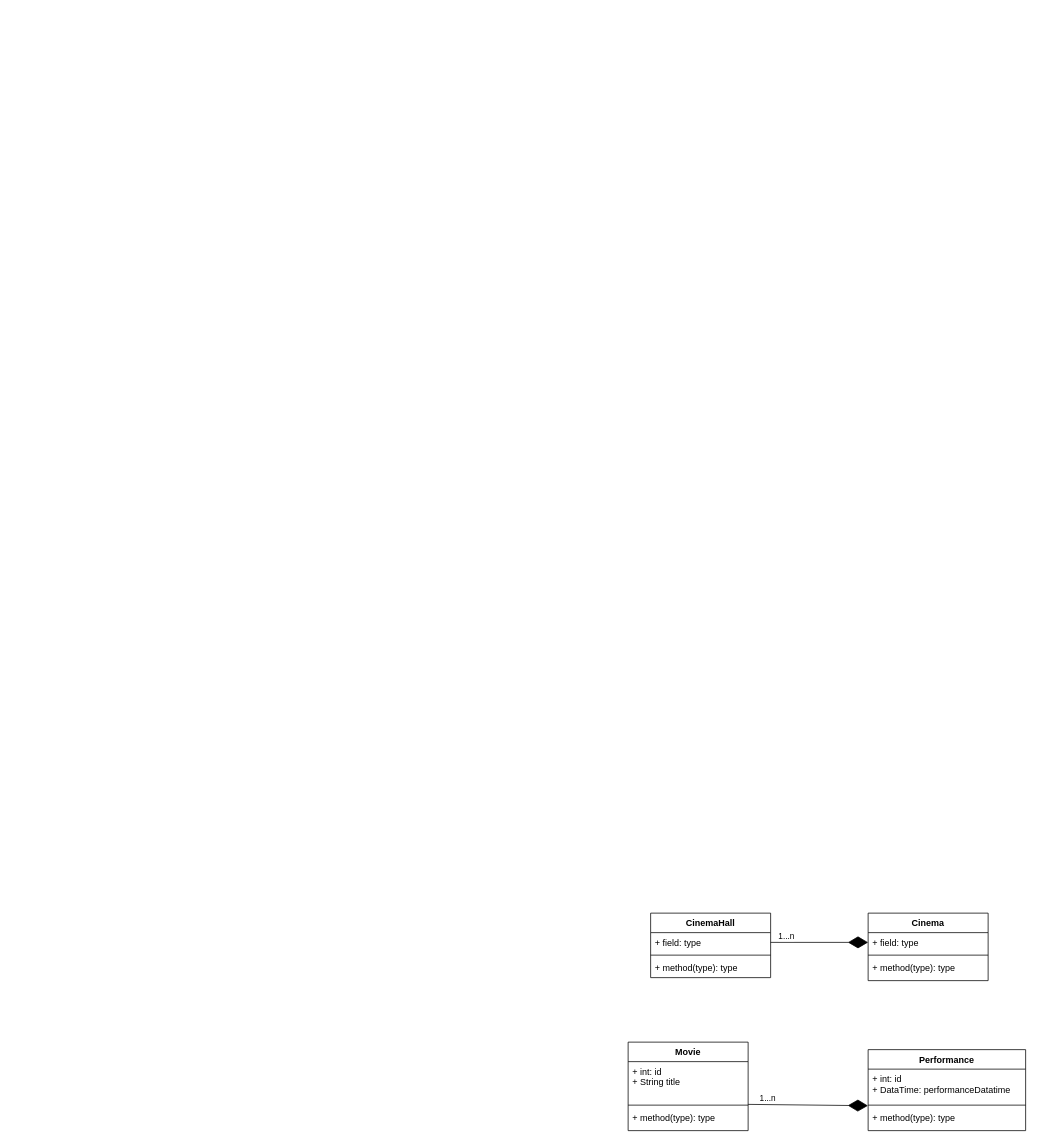
Before: Untitled Diagram.drawio in maliszagata/MWO_AGH, a draw.io diagram. Source tidied: cells renumbered, new cells numbered last; positions are measured from the earlier drawing's top-left corner, leaving out a move shared by most shapes. Both pictures are drawn from the tidied source at 75%, with x=0, y=0 at pixel (628, 913).
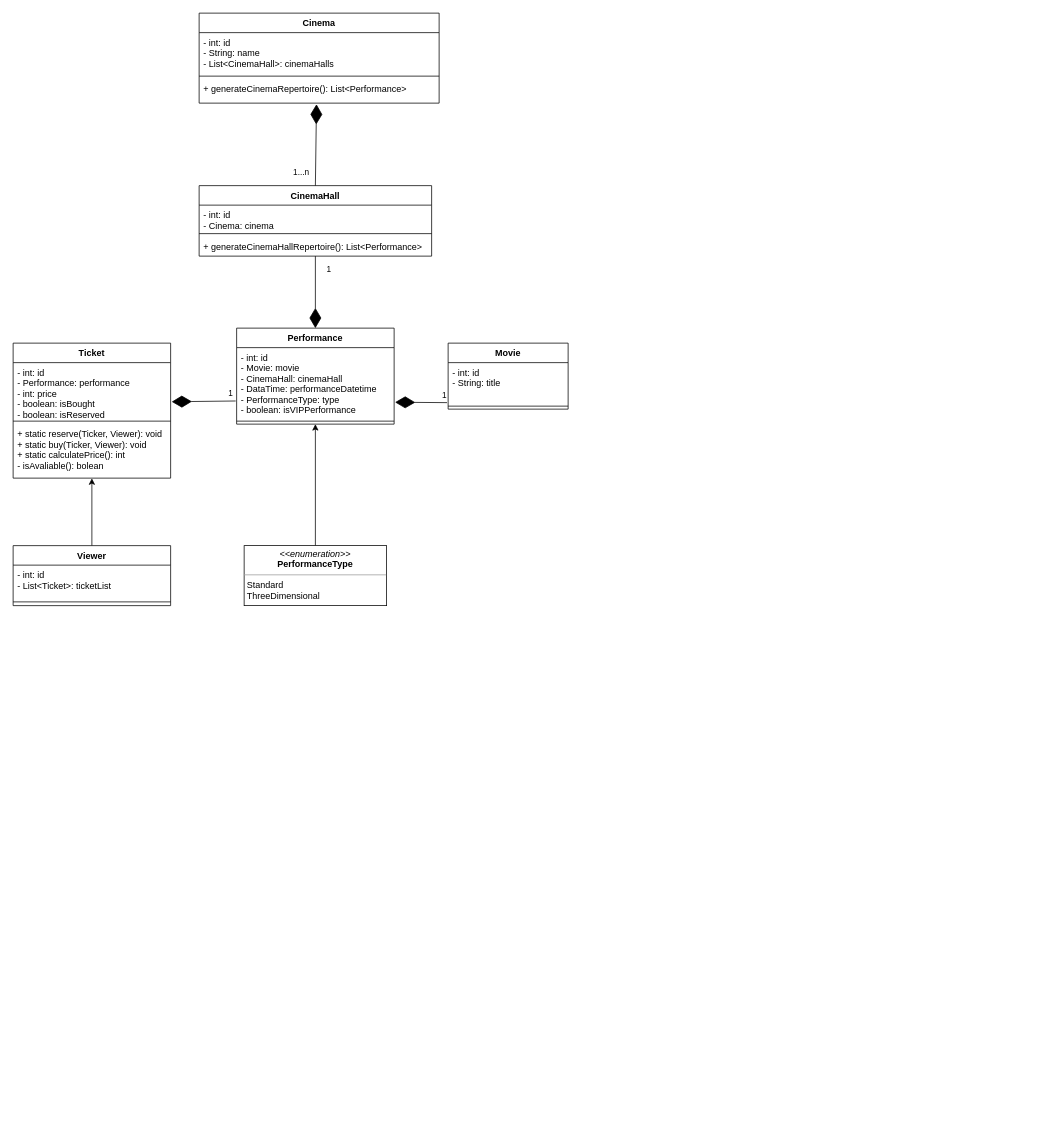
Above is the later version.

Change to the diagram source:
```diff
@@
+    <mxCell id="22" style="edgeStyle=none;rounded=0;jettySize=auto;html=1;endFill=1;endArrow=diamondThin;endSize=24;entryX=0.5;entryY=0;entryDx=0;entryDy=0;" parent="1" edge="1" source="2" target="16">
+      <mxGeometry relative="1" as="geometry" />
+    </mxCell>
     <mxCell id="2" value="CinemaHall" style="swimlane;fontStyle=1;align=center;verticalAlign=top;horizontal=1;startSize=26;" parent="1" vertex="1">
-      <mxGeometry x="30" width="160" height="86" as="geometry" />
+      <mxGeometry x="-572" y="-970" width="310" height="94" as="geometry" />
     </mxCell>
-    <mxCell id="3" value="+ field: type" style="text;strokeColor=none;fillColor=none;align=left;verticalAlign=top;spacingLeft=4;spacingRight=4;overflow=hidden;points=[[0,0.5],[1,0.5]];portConstraint=eastwest;" parent="2" vertex="1">
-      <mxGeometry y="26" width="160" height="26" as="geometry" />
+    <mxCell id="3" value="- int: id&#10;- Cinema: cinema" style="text;strokeColor=none;fillColor=none;align=left;verticalAlign=top;spacingLeft=4;spacingRight=4;overflow=hidden;points=[[0,0.5],[1,0.5]];portConstraint=eastwest;" parent="2" vertex="1">
+      <mxGeometry y="26" width="310" height="34" as="geometry" />
     </mxCell>
     <mxCell id="4" style="line;strokeWidth=1;fillColor=none;align=left;verticalAlign=middle;spacingTop=-1;spacingLeft=3;spacingRight=3;labelPosition=right;" parent="2" vertex="1">
-      <mxGeometry y="52" width="160" height="8" as="geometry" />
+      <mxGeometry y="60" width="310" height="8" as="geometry" />
     </mxCell>
-    <mxCell id="5" value="+ method(type): type" style="text;strokeColor=none;fillColor=none;align=left;verticalAlign=top;spacingLeft=4;spacingRight=4;overflow=hidden;" parent="2" vertex="1">
-      <mxGeometry y="60" width="160" height="26" as="geometry" />
+    <mxCell id="5" value="+ generateCinemaHallRepertoire(): List&lt;Performance&gt;" style="text;strokeColor=none;fillColor=none;align=left;verticalAlign=top;spacingLeft=4;spacingRight=4;overflow=hidden;" parent="2" vertex="1">
+      <mxGeometry y="68" width="310" height="26" as="geometry" />
     </mxCell>
     <mxCell id="6" value="Cinema" style="swimlane;fontStyle=1;align=center;verticalAlign=top;horizontal=1;startSize=26;" parent="1" vertex="1">
-      <mxGeometry x="320" width="160" height="90" as="geometry" />
+      <mxGeometry x="-572" y="-1200" width="320" height="120" as="geometry" />
     </mxCell>
-    <mxCell id="7" value="+ field: type" style="text;strokeColor=none;fillColor=none;align=left;verticalAlign=top;spacingLeft=4;spacingRight=4;overflow=hidden;points=[[0,0.5],[1,0.5]];portConstraint=eastwest;" parent="6" vertex="1">
-      <mxGeometry y="26" width="160" height="26" as="geometry" />
+    <mxCell id="7" value="- int: id&#10;- String: name&#10;- List&lt;CinemaHall&gt;: cinemaHalls" style="text;strokeColor=none;fillColor=none;align=left;verticalAlign=top;spacingLeft=4;spacingRight=4;overflow=hidden;points=[[0,0.5],[1,0.5]];portConstraint=eastwest;" parent="6" vertex="1">
+      <mxGeometry y="26" width="320" height="54" as="geometry" />
     </mxCell>
     <mxCell id="8" style="line;strokeWidth=1;fillColor=none;align=left;verticalAlign=middle;spacingTop=-1;spacingLeft=3;spacingRight=3;labelPosition=right;" parent="6" vertex="1">
-      <mxGeometry y="52" width="160" height="8" as="geometry" />
+      <mxGeometry y="80" width="320" height="8" as="geometry" />
     </mxCell>
-    <mxCell id="9" value="+ method(type): type" style="text;strokeColor=none;fillColor=none;align=left;verticalAlign=top;spacingLeft=4;spacingRight=4;overflow=hidden;points=[[0,0.5],[1,0.5]];portConstraint=eastwest;" parent="6" vertex="1">
-      <mxGeometry y="60" width="160" height="30" as="geometry" />
+    <mxCell id="9" value="+ generateCinemaRepertoire(): List&lt;Performance&gt;&#10;" style="text;strokeColor=none;fillColor=none;align=left;verticalAlign=top;spacingLeft=4;spacingRight=4;overflow=hidden;points=[[0,0.5],[1,0.5]];portConstraint=eastwest;" parent="6" vertex="1">
+      <mxGeometry y="88" width="320" height="32" as="geometry" />
     </mxCell>
-    <mxCell id="10" style="endArrow=diamondThin;endFill=1;endSize=24;html=1;rounded=0;entryX=0;entryY=0.5;entryDx=0;entryDy=0;" parent="1" edge="1" source="3" target="7">
+    <mxCell id="10" style="endArrow=diamondThin;endFill=1;endSize=24;html=1;rounded=0;entryX=0.489;entryY=1.048;entryDx=0;entryDy=0;entryPerimeter=0;exitX=0.5;exitY=0;exitDx=0;exitDy=0;" parent="1" edge="1" source="2" target="9">
       <mxGeometry relative="1" as="geometry" />
     </mxCell>
     <mxCell id="11" value="1...n" style="edgeLabel;html=1;align=center;verticalAlign=middle;" parent="10" vertex="1">
       <mxGeometry x="-0.57" y="-1" relative="1" as="geometry">
-        <mxPoint x="-8" y="-10" as="offset" />
+        <mxPoint x="-21" y="4" as="offset" />
       </mxGeometry>
     </mxCell>
     <mxCell id="12" value="Movie" style="swimlane;fontStyle=1;align=center;verticalAlign=top;horizontal=1;startSize=26;" parent="1" vertex="1">
-      <mxGeometry y="172" width="160" height="118" as="geometry" />
+      <mxGeometry x="-240" y="-760" width="160" height="88" as="geometry" />
     </mxCell>
-    <mxCell id="13" value="+ int: id&#10;+ String title" style="text;strokeColor=none;fillColor=none;align=left;verticalAlign=top;spacingLeft=4;spacingRight=4;overflow=hidden;points=[[0,0.5],[1,0.5]];portConstraint=eastwest;" parent="12" vertex="1">
+    <mxCell id="13" value="- int: id&#10;- String: title" style="text;strokeColor=none;fillColor=none;align=left;verticalAlign=top;spacingLeft=4;spacingRight=4;overflow=hidden;points=[[0,0.5],[1,0.5]];portConstraint=eastwest;" parent="12" vertex="1">
       <mxGeometry y="26" width="160" height="54" as="geometry" />
     </mxCell>
@@
-    <mxCell id="15" value="+ method(type): type" style="text;strokeColor=none;fillColor=none;align=left;verticalAlign=top;spacingLeft=4;spacingRight=4;overflow=hidden;" parent="12" vertex="1">
-      <mxGeometry y="88" width="160" height="30" as="geometry" />
-    </mxCell>
     <mxCell id="16" value="Performance" style="swimlane;fontStyle=1;align=center;verticalAlign=top;horizontal=1;startSize=26;" parent="1" vertex="1">
-      <mxGeometry x="320" y="182" width="210" height="108" as="geometry" />
+      <mxGeometry x="-522" y="-780" width="210" height="128" as="geometry" />
     </mxCell>
-    <mxCell id="17" value="+ int: id&#10;+ DataTime: performanceDatatime" style="text;strokeColor=none;fillColor=none;align=left;verticalAlign=top;spacingLeft=4;spacingRight=4;overflow=hidden;points=[[0,0.5],[1,0.5]];portConstraint=eastwest;" parent="16" vertex="1">
-      <mxGeometry y="26" width="210" height="44" as="geometry" />
+    <mxCell id="17" value="- int: id&#10;- Movie: movie&#10;- CinemaHall: cinemaHall&#10;- DataTime: performanceDatetime&#10;- PerformanceType: type&#10;- boolean: isVIPPerformance" style="text;strokeColor=none;fillColor=none;align=left;verticalAlign=top;spacingLeft=4;spacingRight=4;overflow=hidden;points=[[0,0.5],[1,0.5]];portConstraint=eastwest;" parent="16" vertex="1">
+      <mxGeometry y="26" width="210" height="94" as="geometry" />
     </mxCell>
     <mxCell id="18" style="line;strokeWidth=1;fillColor=none;align=left;verticalAlign=middle;spacingTop=-1;spacingLeft=3;spacingRight=3;labelPosition=right;" parent="16" vertex="1">
-      <mxGeometry y="70" width="210" height="8" as="geometry" />
+      <mxGeometry y="120" width="210" height="8" as="geometry" />
     </mxCell>
-    <mxCell id="19" value="+ method(type): type" style="text;strokeColor=none;fillColor=none;align=left;verticalAlign=top;spacingLeft=4;spacingRight=4;overflow=hidden;" parent="16" vertex="1">
-      <mxGeometry y="78" width="210" height="30" as="geometry" />
-    </mxCell>
-    <mxCell id="20" style="endArrow=diamondThin;endFill=1;endSize=24;html=1;rounded=0;entryX=-0.001;entryY=1.108;entryDx=0;entryDy=0;entryPerimeter=0;" parent="1" edge="1" target="17">
-      <mxGeometry relative="1" as="geometry">
-        <mxPoint x="160" y="255" as="sourcePoint" />
-      </mxGeometry>
+    <mxCell id="20" style="endArrow=diamondThin;endFill=1;endSize=24;html=1;rounded=0;exitX=-0.009;exitY=0.988;exitDx=0;exitDy=0;exitPerimeter=0;entryX=1.006;entryY=0.775;entryDx=0;entryDy=0;entryPerimeter=0;" parent="1" edge="1" source="13" target="17">
+      <mxGeometry relative="1" as="geometry" />
     </mxCell>
-    <mxCell id="21" value="1...n" style="edgeLabel;html=1;align=center;verticalAlign=middle;" parent="20" vertex="1">
+    <mxCell id="21" value="1" style="edgeLabel;html=1;align=center;verticalAlign=middle;" parent="20" vertex="1">
       <mxGeometry x="-0.57" y="-1" relative="1" as="geometry">
-        <mxPoint x="-8" y="-10" as="offset" />
+        <mxPoint x="11" y="-10" as="offset" />
       </mxGeometry>
     </mxCell>
+    <mxCell id="23" style="edgeStyle=none;rounded=0;jettySize=auto;html=1;entryX=0.5;entryY=1.004;entryDx=0;entryDy=0;entryPerimeter=0;" parent="1" edge="1" source="24" target="30">
+      <mxGeometry relative="1" as="geometry" />
+    </mxCell>
+    <mxCell id="24" value="Viewer" style="swimlane;fontStyle=1;align=center;verticalAlign=top;horizontal=1;startSize=26;" parent="1" vertex="1">
+      <mxGeometry x="-820" y="-490" width="210" height="80" as="geometry" />
+    </mxCell>
+    <mxCell id="25" value="- int: id&#10;- List&lt;Ticket&gt;: ticketList" style="text;strokeColor=none;fillColor=none;align=left;verticalAlign=top;spacingLeft=4;spacingRight=4;overflow=hidden;" parent="24" vertex="1">
+      <mxGeometry y="26" width="210" height="44" as="geometry" />
+    </mxCell>
+    <mxCell id="26" style="line;strokeWidth=1;fillColor=none;align=left;verticalAlign=middle;spacingTop=-1;spacingLeft=3;spacingRight=3;labelPosition=right;" parent="24" vertex="1">
+      <mxGeometry y="70" width="210" height="10" as="geometry" />
+    </mxCell>
+    <mxCell id="27" value="Ticket" style="swimlane;fontStyle=1;align=center;verticalAlign=top;horizontal=1;startSize=26;" parent="1" vertex="1">
+      <mxGeometry x="-820" y="-760" width="210" height="180" as="geometry" />
+    </mxCell>
+    <mxCell id="28" value="- int: id&#10;- Performance: performance&#10;- int: price&#10;- boolean: isBought&#10;- boolean: isReserved" style="text;strokeColor=none;fillColor=none;align=left;verticalAlign=top;spacingLeft=4;spacingRight=4;overflow=hidden;points=[[0,0.5],[1,0.5]];portConstraint=eastwest;" parent="27" vertex="1">
+      <mxGeometry y="26" width="210" height="74" as="geometry" />
+    </mxCell>
+    <mxCell id="29" style="line;strokeWidth=1;fillColor=none;align=left;verticalAlign=middle;spacingTop=-1;spacingLeft=3;spacingRight=3;labelPosition=right;" parent="27" vertex="1">
+      <mxGeometry y="100" width="210" height="8" as="geometry" />
+    </mxCell>
+    <mxCell id="30" value="+ static reserve(Ticker, Viewer): void&#10;+ static buy(Ticker, Viewer): void&#10;+ static calculatePrice(): int&#10;- isAvaliable(): bolean" style="text;strokeColor=none;fillColor=none;align=left;verticalAlign=top;spacingLeft=4;spacingRight=4;overflow=hidden;points=[[0,0.5],[1,0.5]];portConstraint=eastwest;" parent="27" vertex="1">
+      <mxGeometry y="108" width="210" height="72" as="geometry" />
+    </mxCell>
+    <mxCell id="31" style="edgeStyle=orthogonalEdgeStyle;rounded=0;jettySize=auto;html=1;verticalAlign=middle;horizontal=1;endFill=1;endArrow=diamondThin;endSize=24;entryX=0.554;entryY=1.076;entryDx=0;entryDy=0;entryPerimeter=0;strokeColor=none;" parent="1" edge="1" source="33">
+      <mxGeometry relative="1" as="geometry">
+        <mxPoint x="-405.7" y="-619.7" as="targetPoint" />
+      </mxGeometry>
+    </mxCell>
+    <mxCell id="32" style="edgeStyle=none;rounded=0;jettySize=auto;html=1;" parent="1" edge="1" source="33">
+      <mxGeometry relative="1" as="geometry">
+        <mxPoint x="-417" y="-652" as="targetPoint" />
+      </mxGeometry>
+    </mxCell>
+    <mxCell id="33" value="&lt;p style=&quot;margin: 0px ; margin-top: 4px ; text-align: center&quot;&gt;&lt;i&gt;&amp;lt;&amp;lt;enumeration&amp;gt;&amp;gt;&lt;/i&gt;&lt;br&gt;&lt;span style=&quot;font-weight: 700&quot;&gt;PerformanceType&lt;/span&gt;&lt;br&gt;&lt;/p&gt;&lt;hr size=&quot;1&quot;&gt;&lt;p style=&quot;margin: 0px ; margin-left: 4px&quot;&gt;Standard&lt;/p&gt;&lt;p style=&quot;margin: 0px ; margin-left: 4px&quot;&gt;ThreeDimensional&lt;/p&gt;&lt;hr size=&quot;1&quot;&gt;&lt;p style=&quot;margin: 0px ; margin-left: 4px&quot;&gt;&lt;br&gt;&lt;/p&gt;" style="verticalAlign=top;align=left;overflow=fill;fontSize=12;fontFamily=Helvetica;html=1;" parent="1" vertex="1">
+      <mxGeometry x="-512" y="-490" width="190" height="80" as="geometry" />
+    </mxCell>
+    <mxCell id="34" style="endArrow=diamondThin;endFill=1;endSize=24;html=1;rounded=0;exitX=-0.006;exitY=0.757;exitDx=0;exitDy=0;exitPerimeter=0;entryX=1.007;entryY=0.705;entryDx=0;entryDy=0;entryPerimeter=0;" parent="1" edge="1" source="17" target="28">
+      <mxGeometry relative="1" as="geometry" />
+    </mxCell>
+    <mxCell id="35" value="1" style="edgeLabel;html=1;align=center;verticalAlign=middle;" parent="34" vertex="1">
+      <mxGeometry x="-0.57" y="-1" relative="1" as="geometry">
+        <mxPoint x="11" y="-10" as="offset" />
+      </mxGeometry>
+    </mxCell>
+    <mxCell id="36" value="1" style="edgeLabel;html=1;align=center;verticalAlign=middle;" parent="1" vertex="1">
+      <mxGeometry x="-357" y="-790" as="geometry">
+        <mxPoint x="-43" y="-70" as="offset" />
+      </mxGeometry>
+    </mxCell>
```
